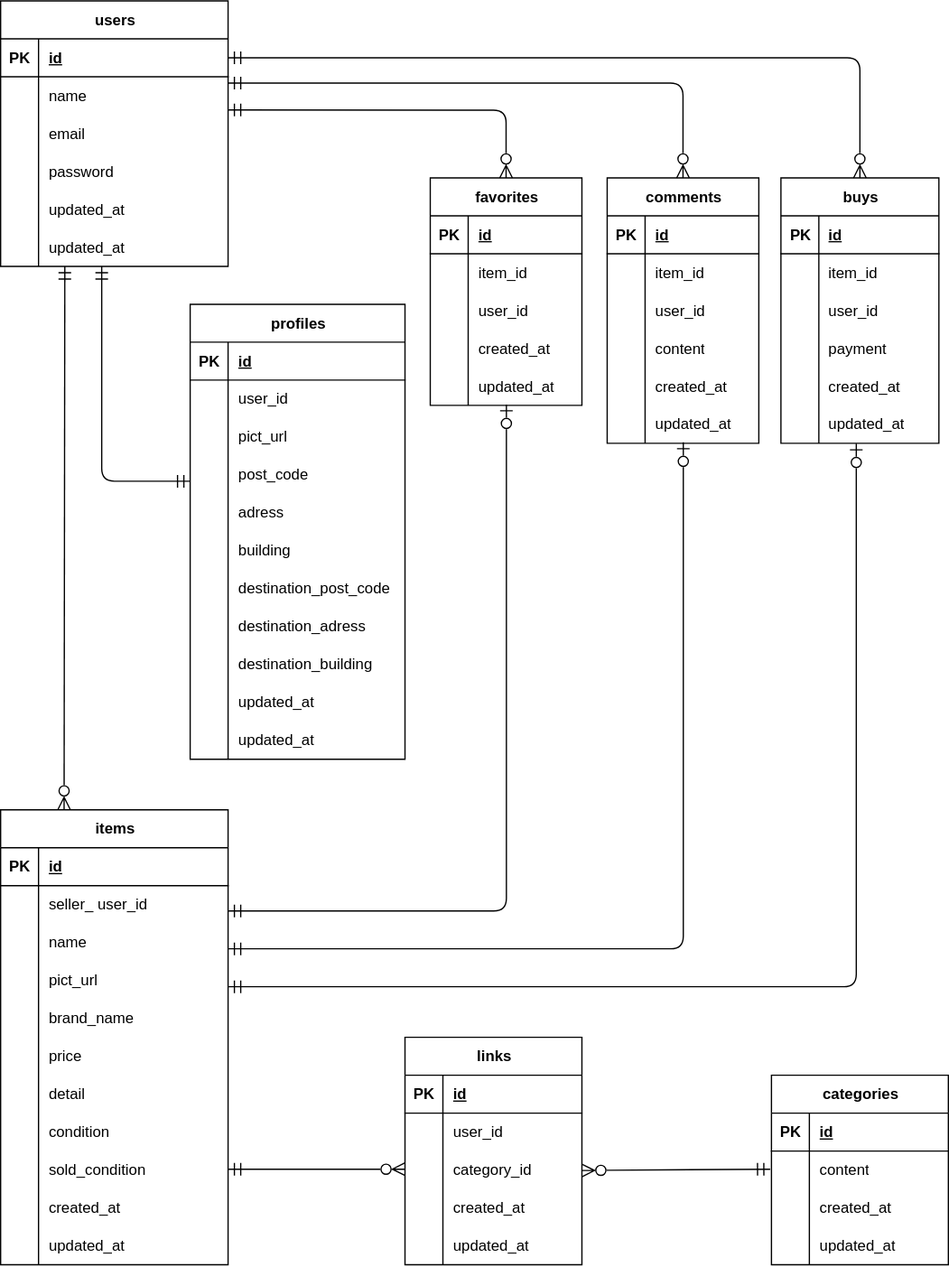
chatainazara/furima keeps this draw.io diagram as src/document/furima.drawio.svg. Above is the earlier version. Source tidied: cells renumbered, new cells last; positions are measured from the earlier drawing's top-left corner, leaving out a move shared by most shapes.
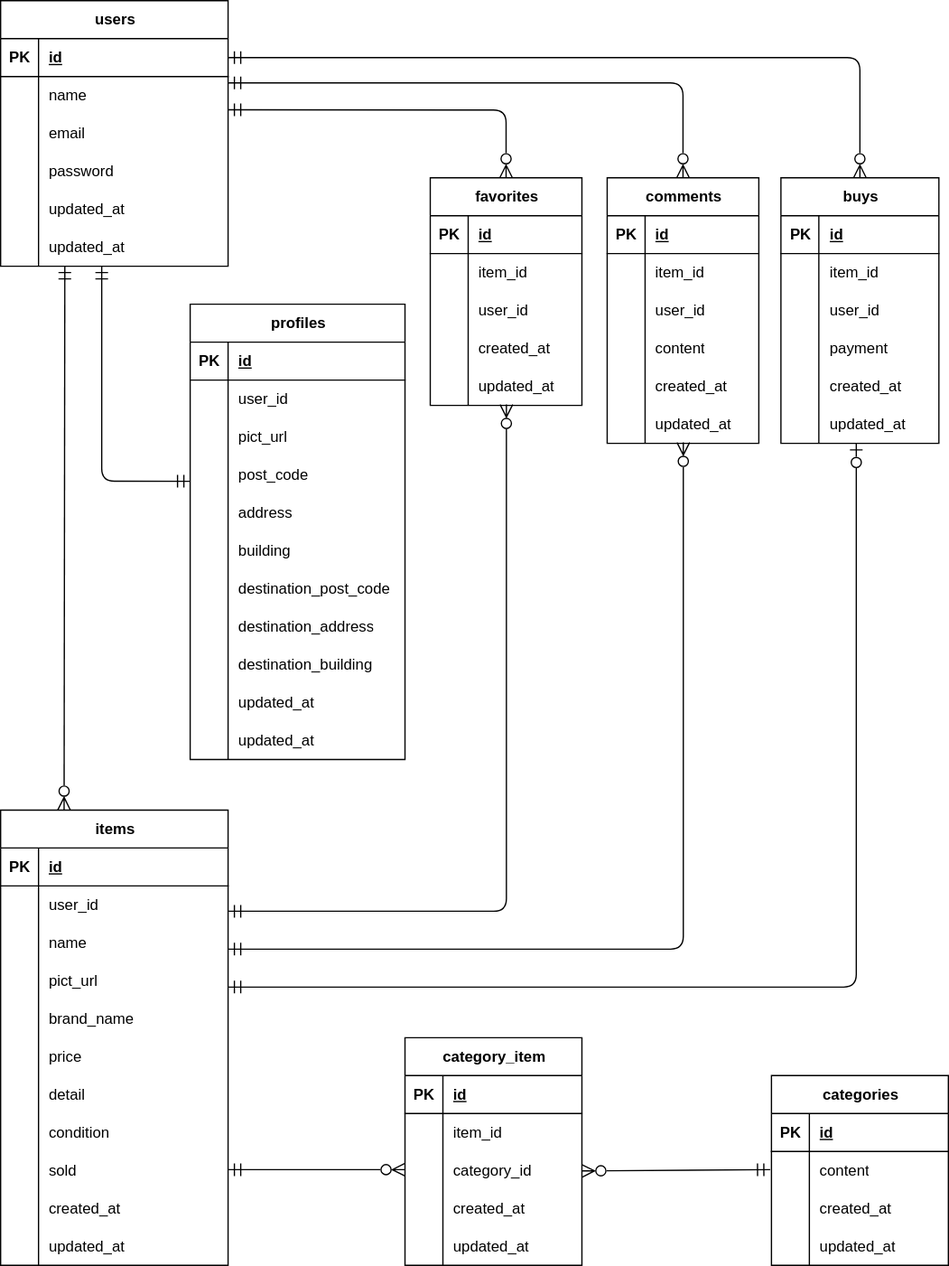
After the commit.

What changed in the source:
```diff
@@ -20,7 +20,7 @@
     <mxCell id="7" style="shape=partialRectangle;fillColor=none;top=0;left=0;bottom=0;right=0;overflow=hidden;whiteSpace=wrap;html=1;" parent="6" vertex="1">
       <mxGeometry width="30" height="30" as="geometry" />
     </mxCell>
-    <mxCell id="8" value="seller_&lt;span style=&quot;background-color: transparent; color: light-dark(rgb(0, 0, 0), rgb(255, 255, 255));&quot;&gt;user_id&lt;/span&gt;" style="shape=partialRectangle;fillColor=none;top=0;left=0;bottom=0;right=0;align=left;spacingLeft=6;overflow=hidden;whiteSpace=wrap;html=1;" parent="6" vertex="1">
+    <mxCell id="8" value="&lt;span style=&quot;background-color: transparent; color: light-dark(rgb(0, 0, 0), rgb(255, 255, 255));&quot;&gt;user_id&lt;/span&gt;" style="shape=partialRectangle;fillColor=none;top=0;left=0;bottom=0;right=0;align=left;spacingLeft=6;overflow=hidden;whiteSpace=wrap;html=1;" parent="6" vertex="1">
       <mxGeometry x="30" width="150" height="30" as="geometry" />
     </mxCell>
     <mxCell id="9" style="shape=tableRow;horizontal=0;startSize=0;swimlaneHead=0;swimlaneBody=0;fillColor=none;top=0;left=0;right=0;bottom=0;" parent="2" vertex="1">
@@ -83,7 +83,7 @@
     <mxCell id="28" style="shape=partialRectangle;fillColor=none;top=0;left=0;bottom=0;right=0;overflow=hidden;whiteSpace=wrap;html=1;" parent="27" vertex="1">
       <mxGeometry width="30" height="30" as="geometry" />
     </mxCell>
-    <mxCell id="29" value="sold_condition" style="shape=partialRectangle;fillColor=none;top=0;left=0;bottom=0;right=0;align=left;spacingLeft=6;overflow=hidden;whiteSpace=wrap;html=1;" parent="27" vertex="1">
+    <mxCell id="29" value="sold" style="shape=partialRectangle;fillColor=none;top=0;left=0;bottom=0;right=0;align=left;spacingLeft=6;overflow=hidden;whiteSpace=wrap;html=1;" parent="27" vertex="1">
       <mxGeometry x="30" width="150" height="30" as="geometry" />
     </mxCell>
     <mxCell id="30" style="shape=tableRow;horizontal=0;startSize=0;swimlaneHead=0;swimlaneBody=0;fillColor=none;top=0;left=0;right=0;bottom=0;" parent="2" vertex="1">
@@ -367,7 +367,7 @@
         <mxPoint x="50.8" y="210" as="targetPoint" />
       </mxGeometry>
     </mxCell>
-    <mxCell id="123" style="edgeStyle=elbowEdgeStyle;jettySize=auto;html=1;endArrow=ERzeroToOne;startArrow=ERmandOne;endSize=8;startSize=8;startFill=0;endFill=0;elbow=vertical;entryX=0.502;entryY=0.976;entryDx=0;entryDy=0;entryPerimeter=0;" parent="1" edge="1" target="81">
+    <mxCell id="123" style="edgeStyle=elbowEdgeStyle;jettySize=auto;html=1;endArrow=ERzeroToMany;startArrow=ERmandOne;endSize=8;startSize=8;startFill=0;endFill=0;elbow=vertical;entryX=0.502;entryY=0.976;entryDx=0;entryDy=0;entryPerimeter=0;" parent="1" edge="1" target="81">
       <mxGeometry relative="1" as="geometry">
         <mxPoint x="180" y="720" as="sourcePoint" />
         <Array as="points">
@@ -375,7 +375,7 @@
         </Array>
       </mxGeometry>
     </mxCell>
-    <mxCell id="124" style="edgeStyle=elbowEdgeStyle;jettySize=auto;html=1;endArrow=ERzeroToOne;startArrow=ERmandOne;endSize=8;startSize=8;startFill=0;endFill=0;elbow=vertical;entryX=0.502;entryY=0.976;entryDx=0;entryDy=0;entryPerimeter=0;" parent="1" edge="1" target="100">
+    <mxCell id="124" style="edgeStyle=elbowEdgeStyle;jettySize=auto;html=1;endArrow=ERzeroToMany;startArrow=ERmandOne;endSize=8;startSize=8;startFill=0;endFill=0;elbow=vertical;entryX=0.502;entryY=0.976;entryDx=0;entryDy=0;entryPerimeter=0;" parent="1" edge="1" target="100">
       <mxGeometry relative="1" as="geometry">
         <mxPoint x="180" y="750" as="sourcePoint" />
         <Array as="points">
@@ -415,7 +415,7 @@
         </Array>
       </mxGeometry>
     </mxCell>
-    <mxCell id="129" value="links" style="shape=table;startSize=30;rowLines=0;fontStyle=1;align=center;html=1;" parent="1" vertex="1">
+    <mxCell id="129" value="&amp;nbsp;category_item" style="shape=table;startSize=30;rowLines=0;fontStyle=1;align=center;html=1;" parent="1" vertex="1">
       <mxGeometry x="320" y="820" width="140" height="180" as="geometry" />
     </mxCell>
     <mxCell id="130" style="shape=tableRow;horizontal=0;startSize=0;swimlaneHead=0;swimlaneBody=0;fillColor=none;top=0;left=0;right=0;bottom=1;" parent="129" vertex="1">
@@ -433,7 +433,7 @@
     <mxCell id="134" style="shape=partialRectangle;fillColor=none;top=0;left=0;bottom=0;right=0;overflow=hidden;whiteSpace=wrap;html=1;" parent="133" vertex="1">
       <mxGeometry width="30" height="30" as="geometry" />
     </mxCell>
-    <mxCell id="135" value="user_id" style="shape=partialRectangle;fillColor=none;top=0;left=0;bottom=0;right=0;align=left;spacingLeft=6;overflow=hidden;whiteSpace=wrap;html=1;" parent="133" vertex="1">
+    <mxCell id="135" value="item_id" style="shape=partialRectangle;fillColor=none;top=0;left=0;bottom=0;right=0;align=left;spacingLeft=6;overflow=hidden;whiteSpace=wrap;html=1;" parent="133" vertex="1">
       <mxGeometry x="30" width="110" height="30" as="geometry" />
     </mxCell>
     <mxCell id="136" style="shape=tableRow;horizontal=0;startSize=0;swimlaneHead=0;swimlaneBody=0;fillColor=none;top=0;left=0;right=0;bottom=0;" parent="129" vertex="1">
@@ -520,7 +520,7 @@
     <mxCell id="161" style="shape=partialRectangle;fillColor=none;top=0;left=0;bottom=0;right=0;overflow=hidden;whiteSpace=wrap;html=1;" parent="160" vertex="1">
       <mxGeometry width="30" height="30" as="geometry" />
     </mxCell>
-    <mxCell id="162" value="adress" style="shape=partialRectangle;fillColor=none;top=0;left=0;bottom=0;right=0;align=left;spacingLeft=6;overflow=hidden;whiteSpace=wrap;html=1;" parent="160" vertex="1">
+    <mxCell id="162" value="address" style="shape=partialRectangle;fillColor=none;top=0;left=0;bottom=0;right=0;align=left;spacingLeft=6;overflow=hidden;whiteSpace=wrap;html=1;" parent="160" vertex="1">
       <mxGeometry x="30" width="140" height="30" as="geometry" />
     </mxCell>
     <mxCell id="163" style="shape=tableRow;horizontal=0;startSize=0;swimlaneHead=0;swimlaneBody=0;fillColor=none;top=0;left=0;right=0;bottom=0;" parent="147" vertex="1">
@@ -547,7 +547,7 @@
     <mxCell id="170" style="shape=partialRectangle;fillColor=none;top=0;left=0;bottom=0;right=0;overflow=hidden;whiteSpace=wrap;html=1;" parent="169" vertex="1">
       <mxGeometry width="30" height="30" as="geometry" />
     </mxCell>
-    <mxCell id="171" value="destination_adress" style="shape=partialRectangle;fillColor=none;top=0;left=0;bottom=0;right=0;align=left;spacingLeft=6;overflow=hidden;whiteSpace=wrap;html=1;" parent="169" vertex="1">
+    <mxCell id="171" value="destination_address" style="shape=partialRectangle;fillColor=none;top=0;left=0;bottom=0;right=0;align=left;spacingLeft=6;overflow=hidden;whiteSpace=wrap;html=1;" parent="169" vertex="1">
       <mxGeometry x="30" width="140" height="30" as="geometry" />
     </mxCell>
     <mxCell id="172" style="shape=tableRow;horizontal=0;startSize=0;swimlaneHead=0;swimlaneBody=0;fillColor=none;top=0;left=0;right=0;bottom=0;" parent="147" vertex="1">
```
